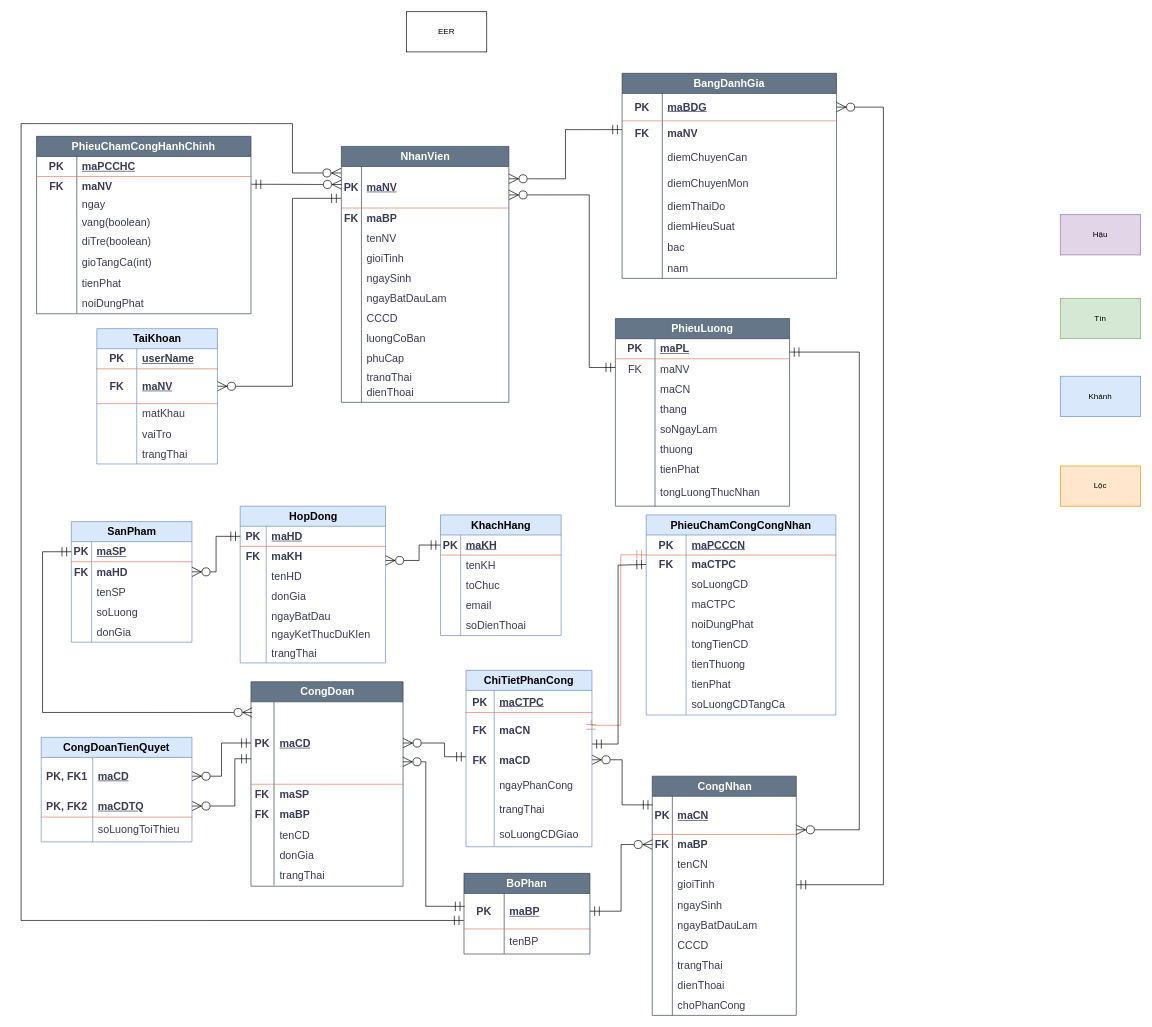
The draw.io diagram page "ERD" (1 of 3) of diagrams/diagrams.drawio in TomTom2k/-management-of-a-ceramic-processing-company, before the edit. Source tidied: cells renumbered, new cells numbered last; positions are measured from the earlier drawing's top-left corner, leaving out a move shared by most shapes. Both pictures are drawn from the tidied source at 67%, with x=0, y=0 at pixel (21, 11).
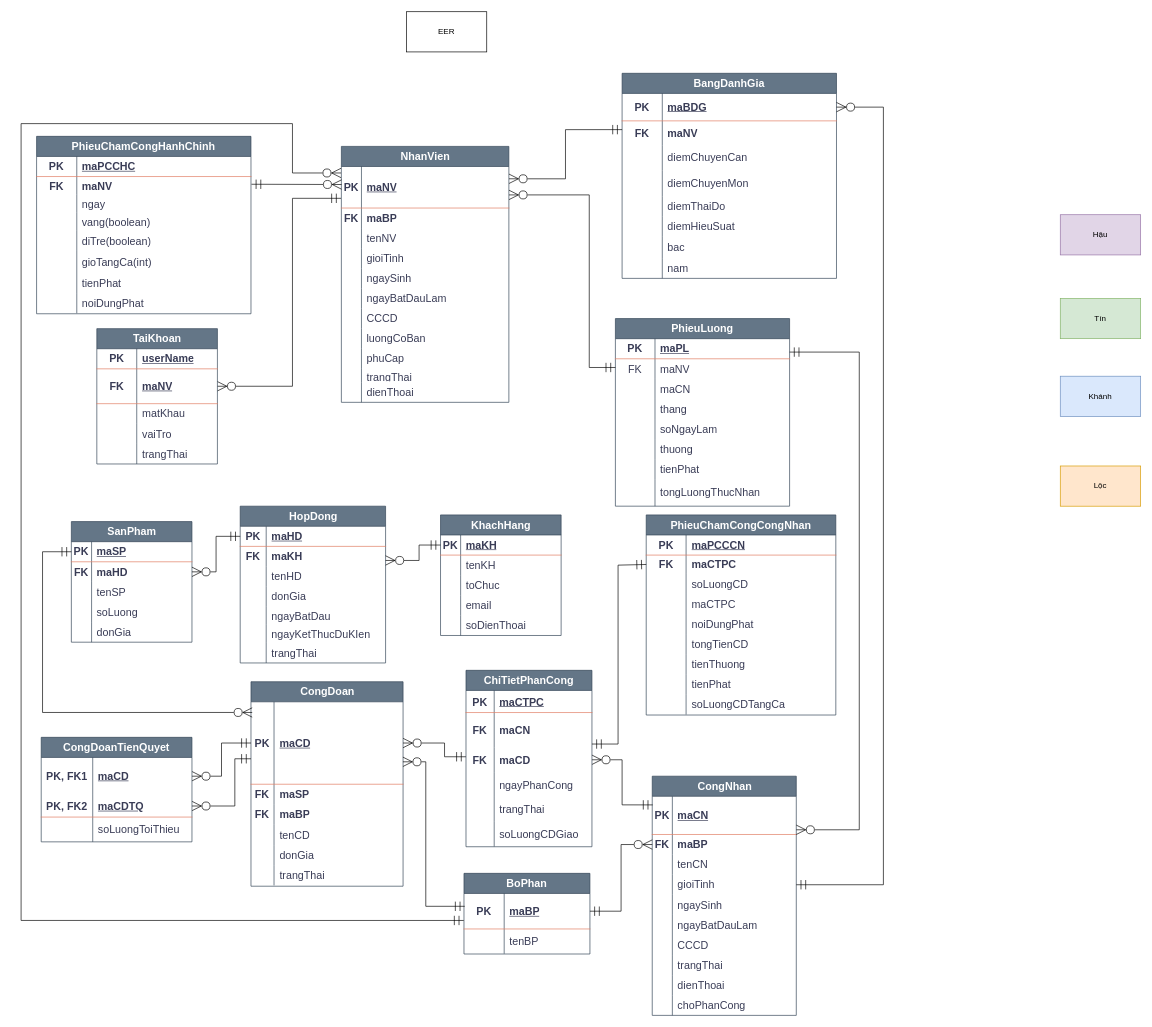
The same page after the edit.

The edit, as a diff of the source:
```diff
@@
-    <mxCell id="33" value="SanPham" style="shape=table;startSize=30;childLayout=tableLayout;rowLines=0;fontStyle=1;align=center;html=1;labelBackgroundColor=none;fillColor=#dae8fc;strokeColor=#6c8ebf;fontSize=16;" parent="1" vertex="1">
+    <mxCell id="33" value="SanPham" style="shape=table;startSize=30;childLayout=tableLayout;rowLines=0;fontStyle=1;align=center;html=1;labelBackgroundColor=none;fillColor=#647687;strokeColor=#314354;fontSize=16;fontColor=#ffffff;" parent="1" vertex="1">
       <mxGeometry x="75" y="761" width="180" height="180" as="geometry" />
     </mxCell>
@@
-    <mxCell id="49" value="HopDong" style="shape=table;startSize=30;childLayout=tableLayout;rowLines=0;fontStyle=1;align=center;html=1;labelBackgroundColor=none;fillColor=#dae8fc;strokeColor=#6c8ebf;fontSize=16;" parent="1" vertex="1">
+    <mxCell id="49" value="HopDong" style="shape=table;startSize=30;childLayout=tableLayout;rowLines=0;fontStyle=1;align=center;html=1;labelBackgroundColor=none;fillColor=#647687;strokeColor=#314354;fontSize=16;fontColor=#ffffff;" parent="1" vertex="1">
       <mxGeometry x="327" y="738" width="217" height="234" as="geometry" />
     </mxCell>
@@
-    <mxCell id="71" value="KhachHang" style="shape=table;startSize=30;childLayout=tableLayout;rowLines=0;fontStyle=1;align=center;html=1;labelBackgroundColor=none;fillColor=#dae8fc;strokeColor=#6c8ebf;fontSize=16;" parent="1" vertex="1">
+    <mxCell id="71" value="KhachHang" style="shape=table;startSize=30;childLayout=tableLayout;rowLines=0;fontStyle=1;align=center;html=1;labelBackgroundColor=none;fillColor=#647687;strokeColor=#314354;fontSize=16;fontColor=#ffffff;" parent="1" vertex="1">
       <mxGeometry x="626" y="751" width="180" height="180" as="geometry" />
     </mxCell>
@@
-    <mxCell id="106" value="PhieuChamCongCongNhan" style="shape=table;startSize=30;childLayout=tableLayout;rowLines=0;fontStyle=1;align=center;html=1;whiteSpace=wrap;labelBackgroundColor=none;fillColor=#dae8fc;strokeColor=#6c8ebf;fontColor=default;fontSize=16;" parent="1" vertex="1">
+    <mxCell id="106" value="PhieuChamCongCongNhan" style="shape=table;startSize=30;childLayout=tableLayout;rowLines=0;fontStyle=1;align=center;html=1;whiteSpace=wrap;labelBackgroundColor=none;fillColor=#647687;strokeColor=#314354;fontColor=#ffffff;fontSize=16;" parent="1" vertex="1">
       <mxGeometry x="933" y="751" width="283" height="298.7" as="geometry" />
     </mxCell>
@@
-    <mxCell id="194" value="TaiKhoan" style="shape=table;startSize=30;childLayout=tableLayout;rowLines=0;fontStyle=1;align=center;html=1;labelBackgroundColor=none;fillColor=#dae8fc;strokeColor=#6c8ebf;fontColor=default;fontSize=16;" parent="1" vertex="1">
+    <mxCell id="194" value="TaiKhoan" style="shape=table;startSize=30;childLayout=tableLayout;rowLines=0;fontStyle=1;align=center;html=1;labelBackgroundColor=none;fillColor=#647687;strokeColor=#314354;fontColor=#ffffff;fontSize=16;" parent="1" vertex="1">
       <mxGeometry x="113" y="473" width="180" height="202" as="geometry" />
     </mxCell>
@@
-    <mxCell id="220" style="edgeStyle=orthogonalEdgeStyle;rounded=0;orthogonalLoop=1;jettySize=auto;html=1;labelBackgroundColor=none;endArrow=ERmandOne;fontSize=16;strokeColor=#E07A5F;startArrow=ERmandOne;startFill=0;endFill=0;endSize=12;startSize=12;exitX=0;exitY=0.871;exitDx=0;exitDy=0;exitPerimeter=0;entryX=1;entryY=0.5;entryDx=0;entryDy=0;" parent="1" edge="1">
-      <mxGeometry relative="1" as="geometry">
-        <mxPoint x="933" y="810.6" as="sourcePoint" />
-        <mxPoint x="850.7" y="1056.9" as="targetPoint" />
-        <Array as="points">
-          <mxPoint x="895" y="811" />
-          <mxPoint x="895" y="1065" />
-        </Array>
-      </mxGeometry>
-    </mxCell>
-    <mxCell id="221" value="ChiTietPhanCong" style="shape=table;startSize=30;childLayout=tableLayout;rowLines=0;fontStyle=1;align=center;html=1;whiteSpace=wrap;labelBackgroundColor=none;fillColor=#dae8fc;strokeColor=#6c8ebf;fontSize=16;" parent="1" vertex="1">
+    <mxCell id="221" value="ChiTietPhanCong" style="shape=table;startSize=30;childLayout=tableLayout;rowLines=0;fontStyle=1;align=center;html=1;whiteSpace=wrap;labelBackgroundColor=none;fillColor=#647687;strokeColor=#314354;fontSize=16;fontColor=#ffffff;" parent="1" vertex="1">
       <mxGeometry x="664" y="983" width="188" height="263.3" as="geometry" />
     </mxCell>
@@
-    <mxCell id="240" value="CongDoanTienQuyet" style="shape=table;startSize=30;childLayout=tableLayout;rowLines=0;fontStyle=1;align=center;html=1;whiteSpace=wrap;labelBackgroundColor=none;fillColor=#dae8fc;strokeColor=#6c8ebf;fontSize=16;" parent="1" vertex="1">
+    <mxCell id="240" value="CongDoanTienQuyet" style="shape=table;startSize=30;childLayout=tableLayout;rowLines=0;fontStyle=1;align=center;html=1;whiteSpace=wrap;labelBackgroundColor=none;fillColor=#647687;strokeColor=#314354;fontSize=16;fontColor=#ffffff;" parent="1" vertex="1">
       <mxGeometry x="30" y="1083" width="225" height="156" as="geometry" />
     </mxCell>
```
